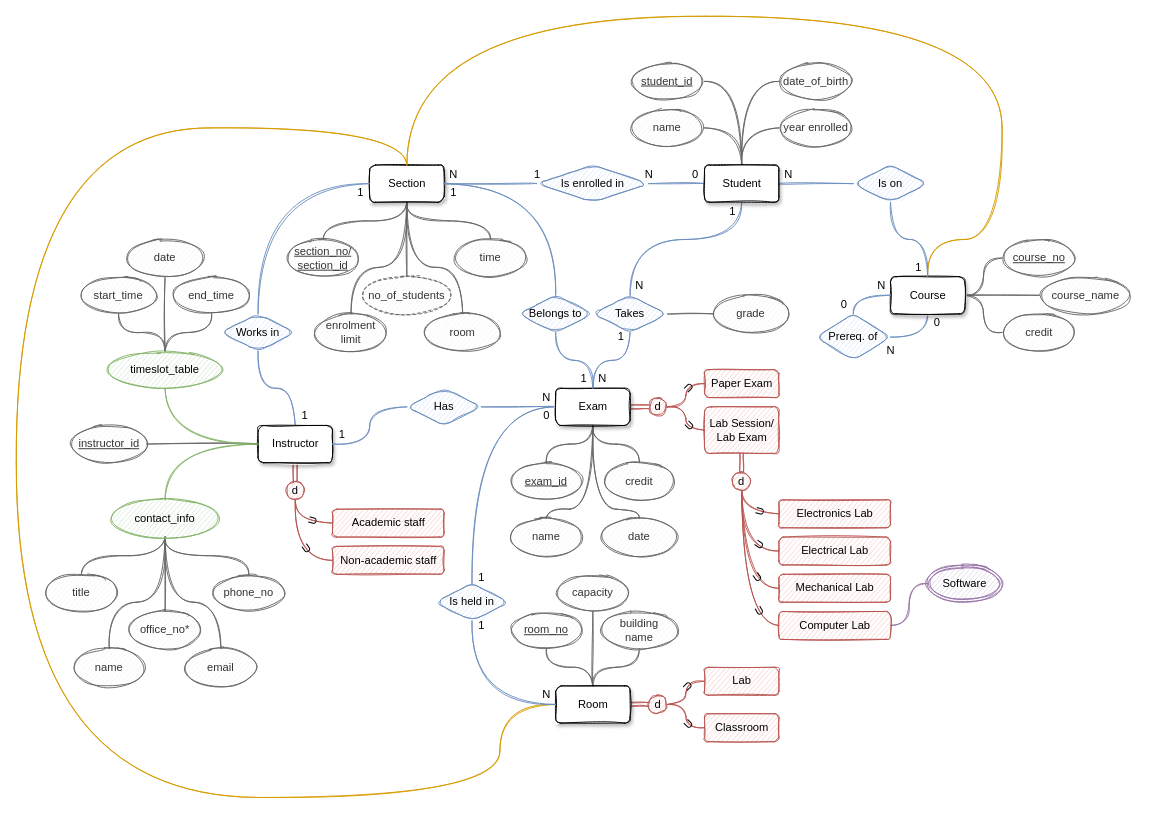
Before: page "Problem 1" (1 of 4) of Assignment/Data Management Assignment Drawings.drawio in JordanWelsman/BU_DataManagement, a draw.io diagram. Source tidied: cells renumbered, new cells numbered last; positions are measured from the earlier drawing's top-left corner, leaving out a move shared by most shapes. Both pictures are drawn from the tidied source at 93%, with x=0, y=0 at pixel (16, 16).
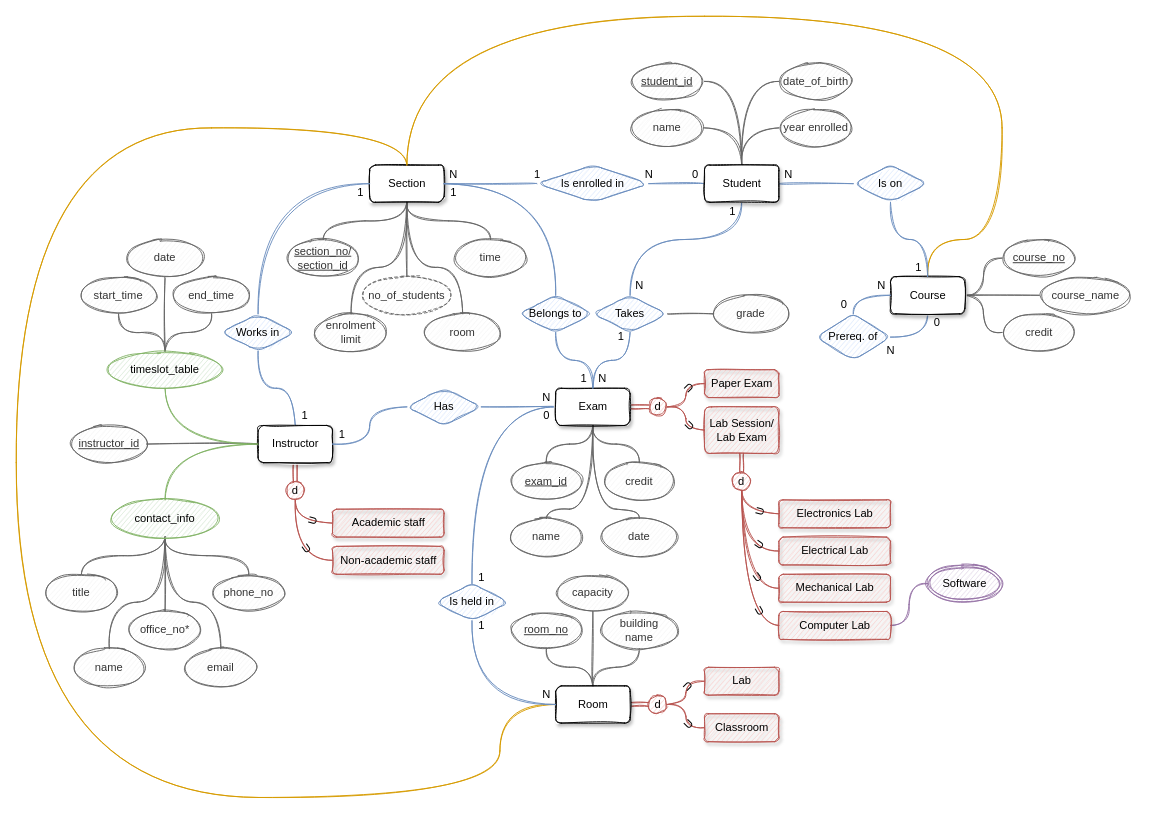
Above is the later version.

The edit, as a diff of the source:
```diff
@@
-    <mxCell id="37" value="&lt;div&gt;Lab Session/&lt;/div&gt;&lt;div&gt;Lab Exam&lt;/div&gt;" style="html=1;glass=0;shadow=0;rounded=1;fillColor=#f8cecc;strokeColor=#b85450;sketch=1;" parent="1" vertex="1">
+    <mxCell id="37" value="&lt;div&gt;Lab Session/&lt;/div&gt;&lt;div&gt;Lab Exam&lt;/div&gt;" style="html=1;glass=0;shadow=1;rounded=1;fillColor=#f8cecc;strokeColor=#b85450;sketch=1;fontColor=default;" parent="1" vertex="1">
       <mxGeometry x="740" y="420" width="80" height="50" as="geometry" />
     </mxCell>
-    <mxCell id="38" value="Paper Exam" style="html=1;glass=0;shadow=0;rounded=1;fillColor=#f8cecc;strokeColor=#b85450;sketch=1;" parent="1" vertex="1">
+    <mxCell id="38" value="Paper Exam" style="html=1;glass=0;shadow=1;rounded=1;fillColor=#f8cecc;strokeColor=#b85450;sketch=1;fontColor=default;" parent="1" vertex="1">
       <mxGeometry x="740" y="380" width="80" height="30" as="geometry" />
     </mxCell>
@@
-    <mxCell id="61" value="Academic staff" style="html=1;glass=0;shadow=0;rounded=1;fillColor=#f8cecc;strokeColor=#b85450;sketch=1;" parent="1" vertex="1">
+    <mxCell id="61" value="Academic staff" style="html=1;glass=0;shadow=1;rounded=1;fillColor=#f8cecc;strokeColor=#b85450;sketch=1;fontColor=default;" parent="1" vertex="1">
       <mxGeometry x="340" y="530" width="120" height="30" as="geometry" />
     </mxCell>
-    <mxCell id="62" value="Non-academic staff" style="html=1;glass=0;shadow=0;rounded=1;fillColor=#f8cecc;strokeColor=#b85450;sketch=1;" parent="1" vertex="1">
+    <mxCell id="62" value="Non-academic staff" style="html=1;glass=0;shadow=1;rounded=1;fillColor=#f8cecc;strokeColor=#b85450;sketch=1;fontColor=default;" parent="1" vertex="1">
       <mxGeometry x="340" y="570" width="120" height="30" as="geometry" />
     </mxCell>
@@
-    <mxCell id="85" value="Lab" style="html=1;glass=0;shadow=0;rounded=1;fillColor=#f8cecc;strokeColor=#b85450;sketch=1;fontColor=default;" parent="1" vertex="1">
+    <mxCell id="85" value="Lab" style="html=1;glass=0;shadow=1;rounded=1;fillColor=#f8cecc;strokeColor=#b85450;sketch=1;fontColor=default;" parent="1" vertex="1">
       <mxGeometry x="740" y="700" width="80" height="30" as="geometry" />
     </mxCell>
-    <mxCell id="86" value="Classroom" style="html=1;glass=0;shadow=0;rounded=1;fillColor=#f8cecc;strokeColor=#b85450;sketch=1;fontColor=default;" parent="1" vertex="1">
+    <mxCell id="86" value="Classroom" style="html=1;glass=0;shadow=1;rounded=1;fillColor=#f8cecc;strokeColor=#b85450;sketch=1;fontColor=default;" parent="1" vertex="1">
       <mxGeometry x="740" y="750" width="80" height="30" as="geometry" />
     </mxCell>
@@
-    <mxCell id="101" value="Electronics Lab" style="html=1;glass=0;shadow=0;rounded=1;fillColor=#f8cecc;strokeColor=#b85450;sketch=1;" parent="1" vertex="1">
+    <mxCell id="101" value="Electronics Lab" style="html=1;glass=0;shadow=1;rounded=1;fillColor=#f8cecc;strokeColor=#b85450;sketch=1;fontColor=default;" parent="1" vertex="1">
       <mxGeometry x="820" y="520" width="120" height="30" as="geometry" />
     </mxCell>
@@
-    <mxCell id="107" value="Electrical Lab" style="html=1;glass=0;shadow=0;rounded=1;fillColor=#f8cecc;strokeColor=#b85450;sketch=1;" parent="1" vertex="1">
+    <mxCell id="107" value="Electrical Lab" style="html=1;glass=0;shadow=1;rounded=1;fillColor=#f8cecc;strokeColor=#b85450;sketch=1;fontColor=default;" parent="1" vertex="1">
       <mxGeometry x="820" y="560" width="120" height="30" as="geometry" />
     </mxCell>
-    <mxCell id="108" value="Mechanical Lab" style="html=1;glass=0;shadow=0;rounded=1;fillColor=#f8cecc;strokeColor=#b85450;sketch=1;" parent="1" vertex="1">
+    <mxCell id="108" value="Mechanical Lab" style="html=1;glass=0;shadow=1;rounded=1;fillColor=#f8cecc;strokeColor=#b85450;sketch=1;fontColor=default;" parent="1" vertex="1">
       <mxGeometry x="820" y="600" width="120" height="30" as="geometry" />
     </mxCell>
@@
-    <mxCell id="110" value="Computer Lab" style="html=1;glass=0;shadow=0;rounded=1;fillColor=#f8cecc;strokeColor=#b85450;sketch=1;" parent="1" vertex="1">
+    <mxCell id="110" value="Computer Lab" style="html=1;glass=0;shadow=1;rounded=1;fillColor=#f8cecc;strokeColor=#b85450;sketch=1;fontColor=default;" parent="1" vertex="1">
       <mxGeometry x="820" y="640" width="120" height="30" as="geometry" />
     </mxCell>
```
